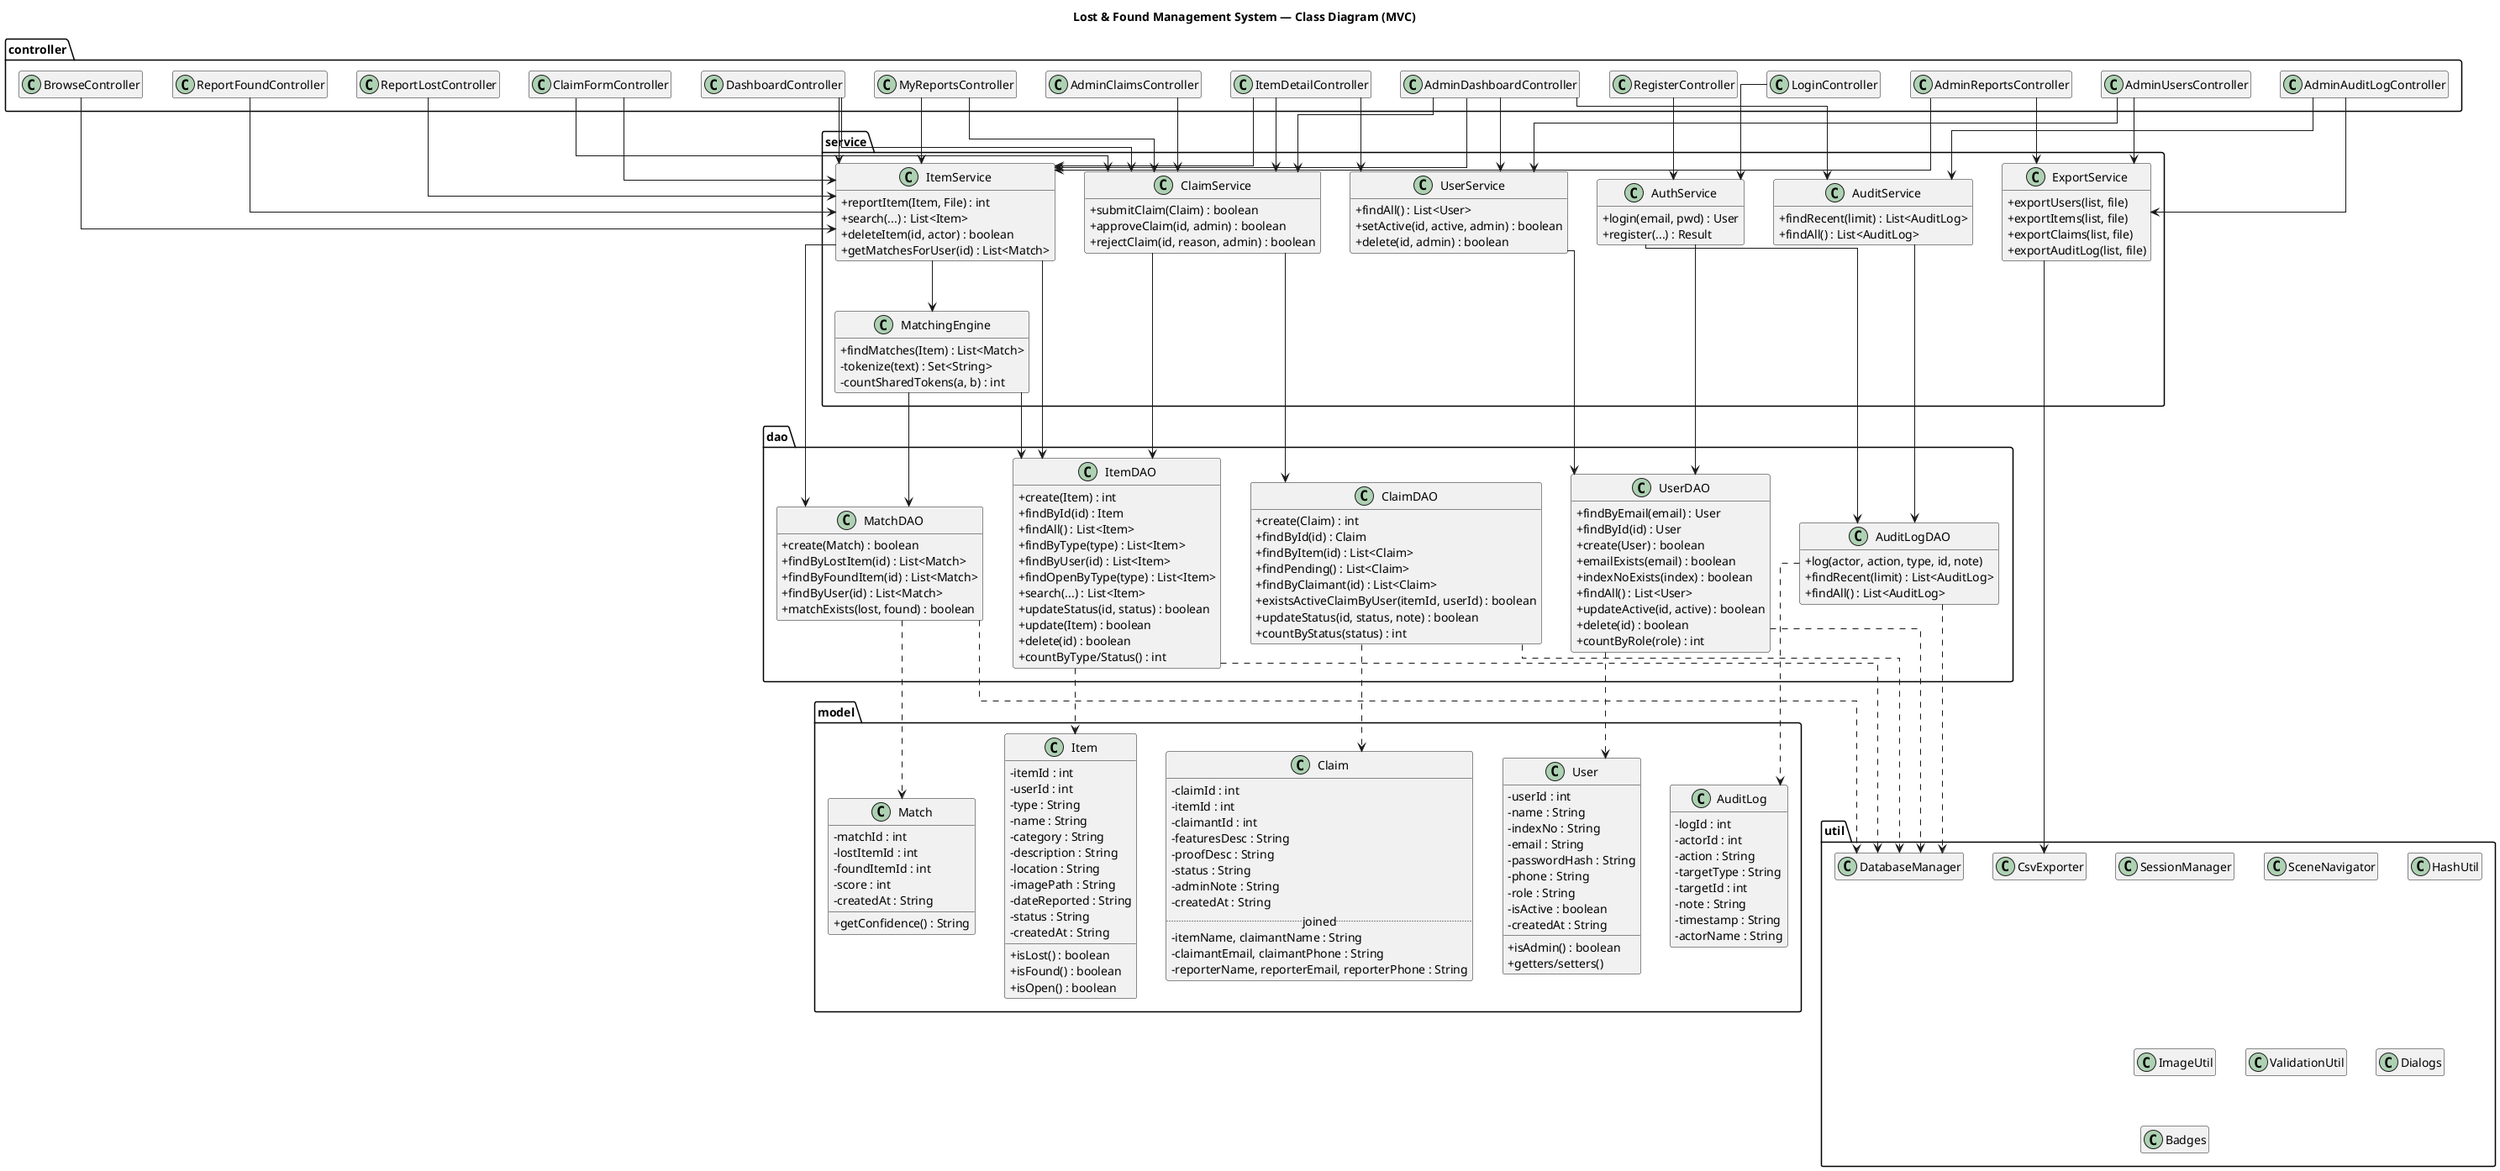
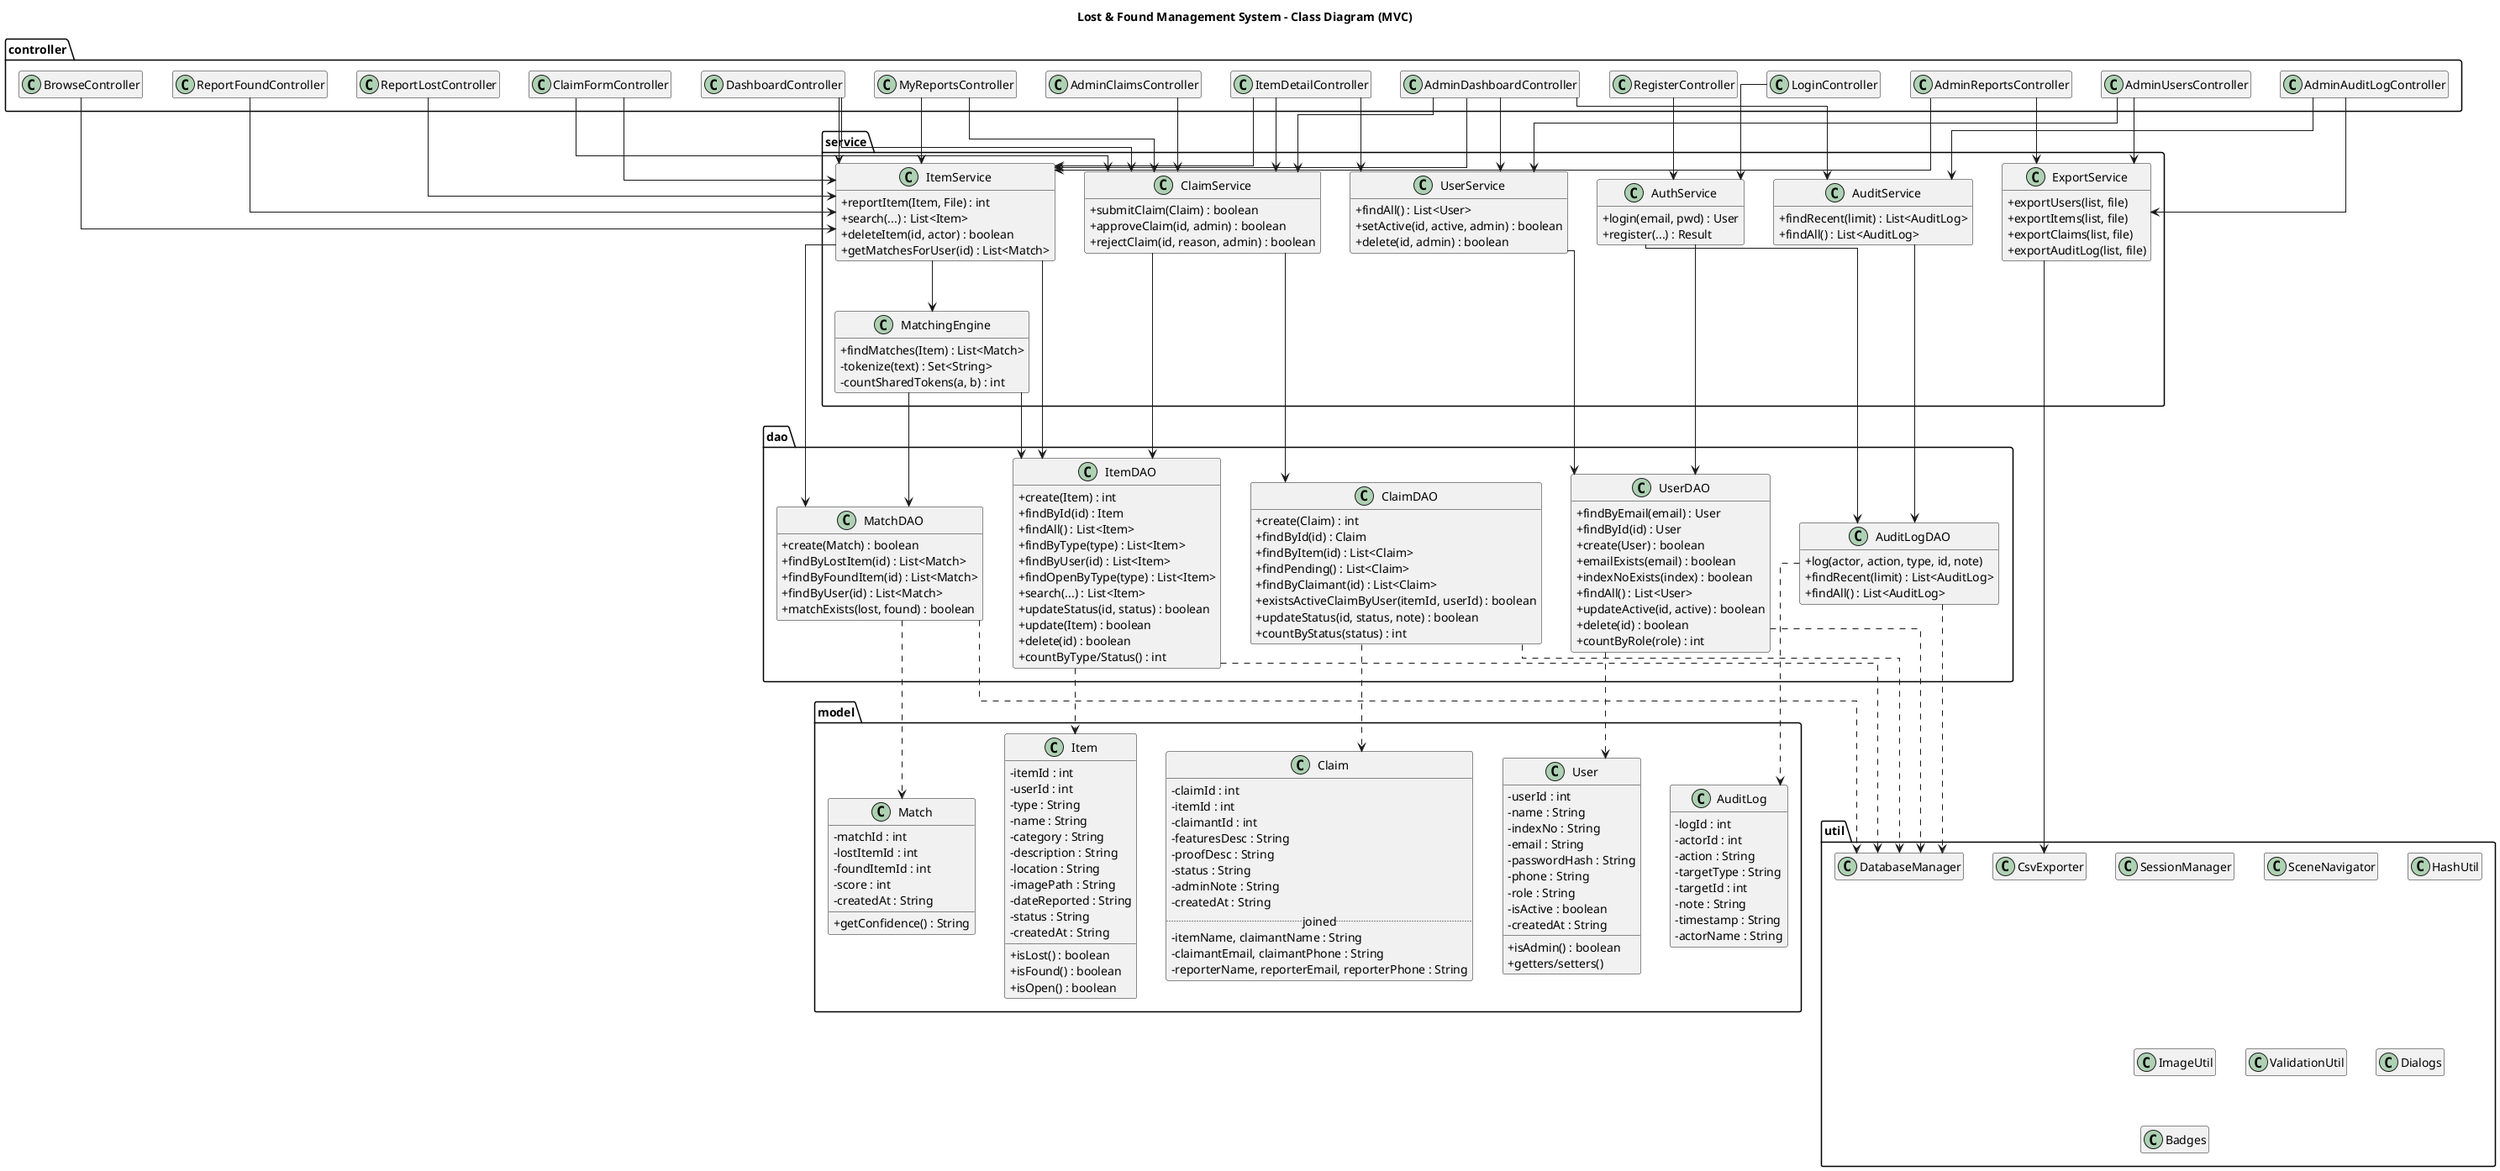
@startuml class-diagram
- title Lost & Found Management System — Class Diagram (MVC)
+ title Lost & Found Management System - Class Diagram (MVC)
skinparam classAttributeIconSize 0
skinparam linetype ortho
hide empty members

package model {
  class User {
    - userId : int
    - name : String
    - indexNo : String
    - email : String
    - passwordHash : String
    - phone : String
    - role : String
    - isActive : boolean
    - createdAt : String
    + isAdmin() : boolean
    + getters/setters()
  }
  class Item {
    - itemId : int
    - userId : int
    - type : String
    - name : String
    - category : String
    - description : String
    - location : String
    - imagePath : String
    - dateReported : String
    - status : String
    - createdAt : String
    + isLost() : boolean
    + isFound() : boolean
    + isOpen() : boolean
  }
  class Claim {
    - claimId : int
    - itemId : int
    - claimantId : int
    - featuresDesc : String
    - proofDesc : String
    - status : String
    - adminNote : String
    - createdAt : String
    .. joined ..
    - itemName, claimantName : String
    - claimantEmail, claimantPhone : String
    - reporterName, reporterEmail, reporterPhone : String
  }
  class Match {
    - matchId : int
    - lostItemId : int
    - foundItemId : int
    - score : int
    - createdAt : String
    + getConfidence() : String
  }
  class AuditLog {
    - logId : int
    - actorId : int
    - action : String
    - targetType : String
    - targetId : int
    - note : String
    - timestamp : String
    - actorName : String
  }
}

package dao {
  class UserDAO {
    + findByEmail(email) : User
    + findById(id) : User
    + create(User) : boolean
    + emailExists(email) : boolean
    + indexNoExists(index) : boolean
    + findAll() : List<User>
    + updateActive(id, active) : boolean
    + delete(id) : boolean
    + countByRole(role) : int
  }
  class ItemDAO {
    + create(Item) : int
    + findById(id) : Item
    + findAll() : List<Item>
    + findByType(type) : List<Item>
    + findByUser(id) : List<Item>
    + findOpenByType(type) : List<Item>
    + search(...) : List<Item>
    + updateStatus(id, status) : boolean
    + update(Item) : boolean
    + delete(id) : boolean
    + countByType/Status() : int
  }
  class ClaimDAO {
    + create(Claim) : int
    + findById(id) : Claim
    + findByItem(id) : List<Claim>
    + findPending() : List<Claim>
    + findByClaimant(id) : List<Claim>
    + existsActiveClaimByUser(itemId, userId) : boolean
    + updateStatus(id, status, note) : boolean
    + countByStatus(status) : int
  }
  class MatchDAO {
    + create(Match) : boolean
    + findByLostItem(id) : List<Match>
    + findByFoundItem(id) : List<Match>
    + findByUser(id) : List<Match>
    + matchExists(lost, found) : boolean
  }
  class AuditLogDAO {
    + log(actor, action, type, id, note)
    + findRecent(limit) : List<AuditLog>
    + findAll() : List<AuditLog>
  }
}

package service {
  class AuthService {
    + login(email, pwd) : User
    + register(...) : Result
  }
  class UserService {
    + findAll() : List<User>
    + setActive(id, active, admin) : boolean
    + delete(id, admin) : boolean
  }
  class ItemService {
    + reportItem(Item, File) : int
    + search(...) : List<Item>
    + deleteItem(id, actor) : boolean
    + getMatchesForUser(id) : List<Match>
  }
  class ClaimService {
    + submitClaim(Claim) : boolean
    + approveClaim(id, admin) : boolean
    + rejectClaim(id, reason, admin) : boolean
  }
  class MatchingEngine {
    + findMatches(Item) : List<Match>
    - tokenize(text) : Set<String>
    - countSharedTokens(a, b) : int
  }
  class ExportService {
    + exportUsers(list, file)
    + exportItems(list, file)
    + exportClaims(list, file)
    + exportAuditLog(list, file)
  }
  class AuditService {
    + findRecent(limit) : List<AuditLog>
    + findAll() : List<AuditLog>
  }
}

package util {
  class SessionManager
  class SceneNavigator
  class HashUtil
  class ImageUtil
  class ValidationUtil
  class CsvExporter
  class Dialogs
  class Badges
  class DatabaseManager
}

package controller {
  class LoginController
  class RegisterController
  class DashboardController
  class ReportLostController
  class ReportFoundController
  class BrowseController
  class ItemDetailController
  class ClaimFormController
  class MyReportsController
  class AdminDashboardController
  class AdminClaimsController
  class AdminReportsController
  class AdminUsersController
  class AdminAuditLogController
}

' DAO -> Model
UserDAO ..> User
ItemDAO ..> Item
ClaimDAO ..> Claim
MatchDAO ..> Match
AuditLogDAO ..> AuditLog

' Service -> DAO
AuthService --> UserDAO
AuthService --> AuditLogDAO
UserService --> UserDAO
ItemService --> ItemDAO
ItemService --> MatchDAO
ItemService --> MatchingEngine
ClaimService --> ClaimDAO
ClaimService --> ItemDAO
MatchingEngine --> ItemDAO
MatchingEngine --> MatchDAO
ExportService --> CsvExporter
AuditService --> AuditLogDAO

' DAO -> DatabaseManager
UserDAO ..> DatabaseManager
ItemDAO ..> DatabaseManager
ClaimDAO ..> DatabaseManager
MatchDAO ..> DatabaseManager
AuditLogDAO ..> DatabaseManager

' Controller -> Service
LoginController --> AuthService
RegisterController --> AuthService
DashboardController --> ItemService
DashboardController --> ClaimService
ReportLostController --> ItemService
ReportFoundController --> ItemService
BrowseController --> ItemService
ItemDetailController --> ItemService
ItemDetailController --> ClaimService
ItemDetailController --> UserService
ClaimFormController --> ClaimService
ClaimFormController --> ItemService
MyReportsController --> ItemService
MyReportsController --> ClaimService
AdminDashboardController --> UserService
AdminDashboardController --> ItemService
AdminDashboardController --> ClaimService
AdminDashboardController --> AuditService
AdminClaimsController --> ClaimService
AdminReportsController --> ItemService
AdminReportsController --> ExportService
AdminUsersController --> UserService
AdminUsersController --> ExportService
AdminAuditLogController --> AuditService
AdminAuditLogController --> ExportService
@enduml
